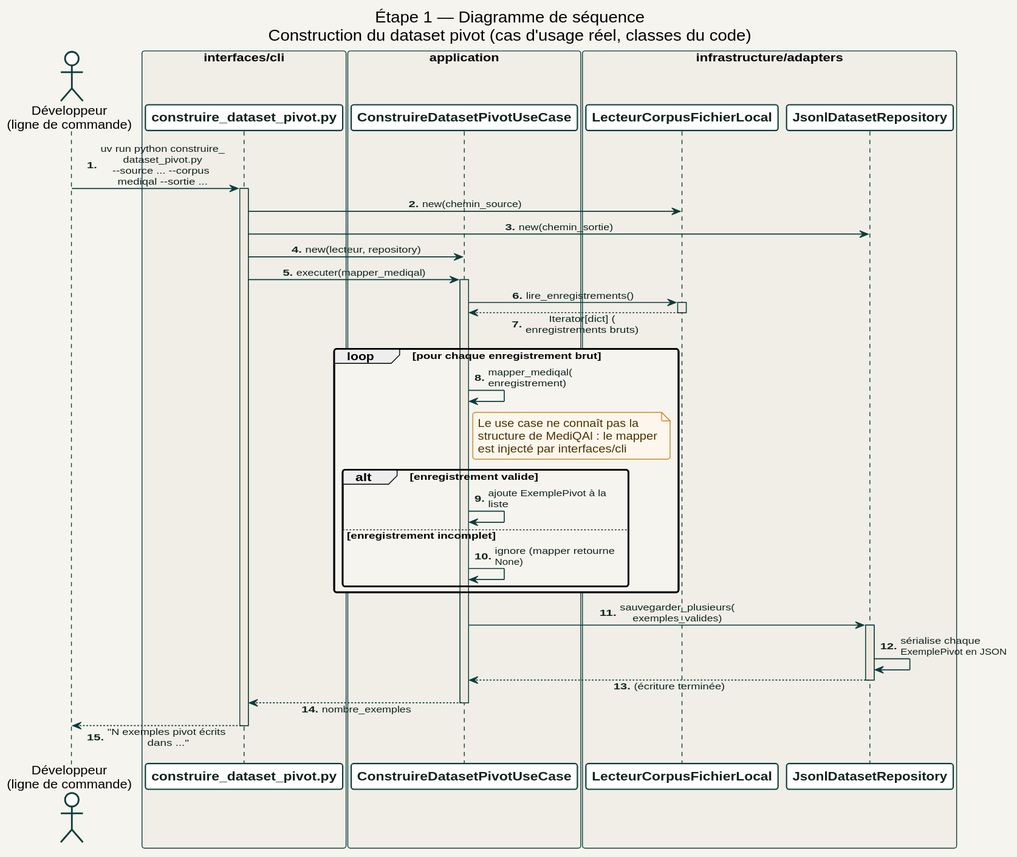
This is docs/diagrams/02_etape1_donnees/sequence/construction_dataset_pivot.svg from racemartin/m14_ocr, a PlantUML export, as it was before one commit.
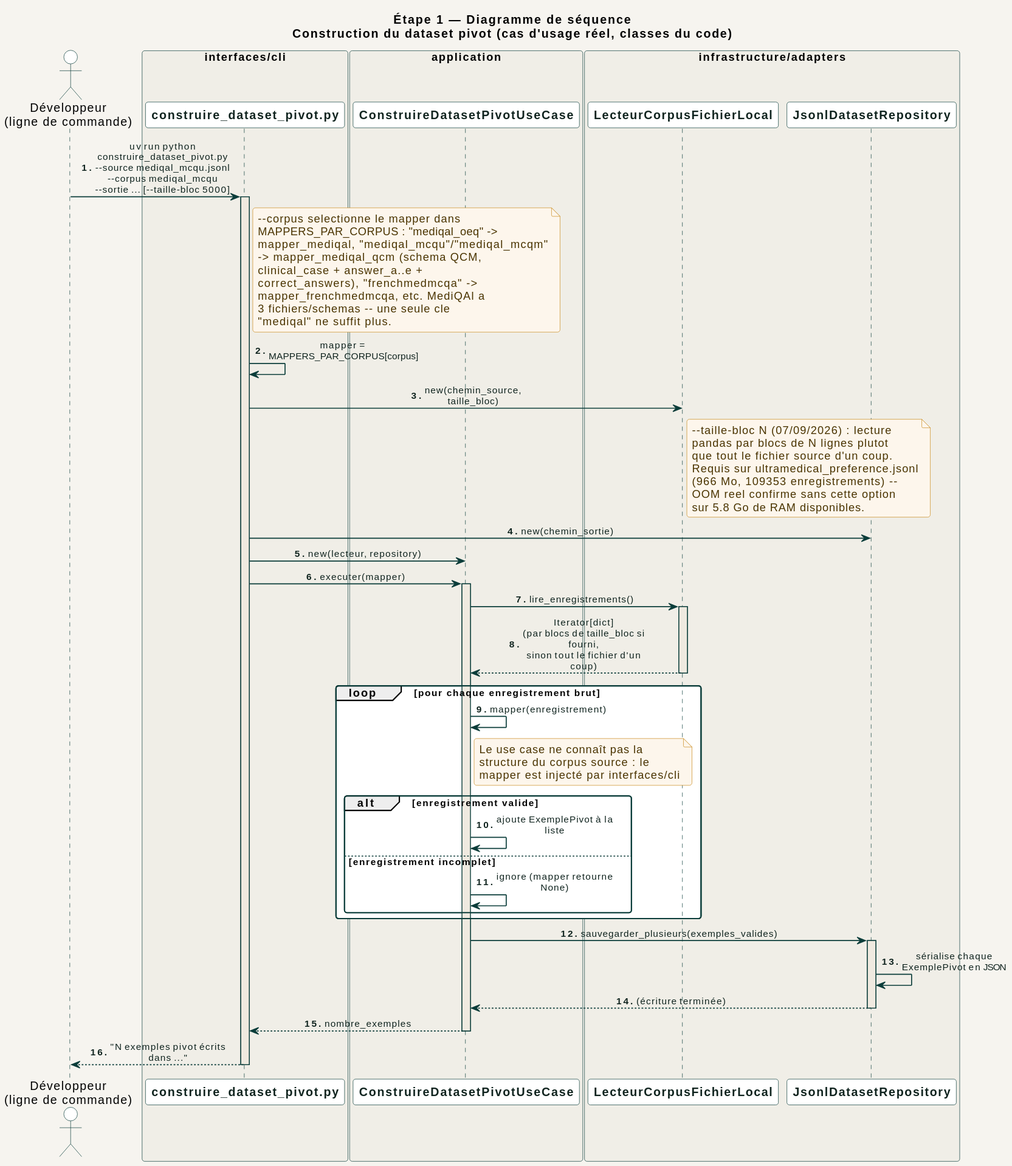
The same file after the commit.

The edit, as a diff of the source:
```diff
@@ -1,115 +1,5 @@
-@startuml construction_dataset_pivot
-
-skinparam backgroundColor #F6F4EF
-skinparam defaultFontName Helvetica
-skinparam roundcorner 6
-skinparam shadowing false
-skinparam ArrowThickness 1.2
-
-skinparam arrow {
-  Color #0B3D3A
-  FontColor #10241F
-  FontSize 11
-}
-
-skinparam package {
-  BackgroundColor #FFFFFF
-  BorderColor #0B3D3A
-  FontColor #0B3D3A
-  FontStyle bold
-  FontSize 14
-}
-
-skinparam node {
-  BackgroundColor #EFEAE0
-  BorderColor #0B3D3A
-  FontColor #10241F
-  FontSize 12
-}
-
-skinparam database {
-  BackgroundColor #FDF6EC
-  BorderColor #C98A1E
-  FontColor #4A3400
-  FontSize 11
-}
-
-skinparam cloud {
-  BackgroundColor #E7EFEC
-  BorderColor #2F7A4F
-  FontColor #123C3A
-  FontSize 12
-}
-
-skinparam artifact {
-  BackgroundColor #FCEBE6
-  BorderColor #C4432B
-  FontColor #7A2A17
-}
-
-skinparam component {
-  BackgroundColor #FFFFFF
-  BorderColor #0B3D3A
-  FontColor #10241F
-  FontSize 12
-}
-
-skinparam class {
-  BackgroundColor #FFFFFF
-  BorderColor #0B3D3A
-  FontColor #10241F
-  HeaderBackgroundColor #EFEAE0
-  FontSize 11
-  AttributeFontSize 10
-}
-
-skinparam interface {
-  BackgroundColor #E7EFEC
-  BorderColor #2F7A4F
-  FontColor #123C3A
-}
-
-skinparam activity {
-  BackgroundColor #FFFFFF
-  BorderColor #0B3D3A
-  FontColor #10241F
-  DiamondBackgroundColor #FDF6EC
-  DiamondBorderColor #C98A1E
-  StartColor #0B3D3A
-  EndColor #C4432B
-  BarColor #0B3D3A
-}
-
-skinparam partition {
-  BackgroundColor #F0EEE7
-  BorderColor #0B3D3A
-  FontColor #0B3D3A
-  FontStyle bold
-}
-
-skinparam sequence {
-  ArrowColor #0B3D3A
-  ActorBorderColor #0B3D3A
-  LifeLineBorderColor #0B3D3A
-  LifeLineBackgroundColor #EFEAE0
-  ParticipantBorderColor #0B3D3A
-  ParticipantBackgroundColor #FFFFFF
-  ParticipantFontColor #10241F
-  ParticipantFontStyle bold
-  ActorBackgroundColor #FFFFFF
-  BoxBackgroundColor #F0EEE7
-  BoxBorderColor #0B3D3A
-}
-
-skinparam note {
-  BackgroundColor #FDF6EC
-  BorderColor #C98A1E
-  FontColor #4A3400
-}
-
-skinparam sequenceMessageAlign center
-skinparam maxMessageSize 160
-skinparam responseMessageBelowArrow true
+@startuml
+!include ../../_common/estilo.iuml
 
 title Étape 1 — Diagramme de séquence\nConstruction du dataset pivot (cas d'usage réel, classes du code)
 
@@ -130,27 +20,49 @@
 
 autonumber "<b>0."
 
-Dev -> CLI : uv run python construire_dataset_pivot.py\n~-~-source ... ~-~-corpus mediqal ~-~-sortie ...
+Dev -> CLI : uv run python construire_dataset_pivot.py\n~-~-source mediqal_mcqu.jsonl ~-~-corpus mediqal_mcqu\n~-~-sortie ... [~-~-taille-bloc 5000]
 activate CLI
 
-CLI -> Lecteur : new(chemin_source)
+note right of CLI
+  ~-~-corpus selectionne le mapper dans
+  MAPPERS_PAR_CORPUS : "mediqal_oeq" ->
+  mapper_mediqal, "mediqal_mcqu"/"mediqal_mcqm"
+  -> mapper_mediqal_qcm (schema QCM,
+  clinical_case + answer_a..e +
+  correct_answers), "frenchmedmcqa" ->
+  mapper_frenchmedmcqa, etc. MediQAl a
+  3 fichiers/schemas -- une seule cle
+  "mediqal" ne suffit plus.
+end note
+CLI -> CLI : mapper = MAPPERS_PAR_CORPUS[corpus]
+
+CLI -> Lecteur : new(chemin_source, taille_bloc)
+note right of Lecteur
+  ~-~-taille-bloc N (07/09/2026) : lecture
+  pandas par blocs de N lignes plutot
+  que tout le fichier source d'un coup.
+  Requis sur ultramedical_preference.jsonl
+  (966 Mo, 109353 enregistrements) --
+  OOM reel confirme sans cette option
+  sur 5.8 Go de RAM disponibles.
+end note
 CLI -> Repo : new(chemin_sortie)
 CLI -> UC : new(lecteur, repository)
 
-CLI -> UC : executer(mapper_mediqal)
+CLI -> UC : executer(mapper)
 activate UC
 
 UC -> Lecteur : lire_enregistrements()
 activate Lecteur
-Lecteur --> UC : Iterator[dict] (enregistrements bruts)
+Lecteur --> UC : Iterator[dict]\n(par blocs de taille_bloc si fourni,\nsinon tout le fichier d'un coup)
 deactivate Lecteur
 
 loop pour chaque enregistrement brut
-  UC -> UC : mapper_mediqal(enregistrement)
+  UC -> UC : mapper(enregistrement)
   note right of UC
     Le use case ne connaît pas la
-    structure de MediQAl : le mapper
-    est injecté par interfaces/cli
+    structure du corpus source : le
+    mapper est injecté par interfaces/cli
   end note
 
   alt enregistrement valide
@@ -171,5 +83,4 @@
 
 CLI --> Dev : "N exemples pivot écrits dans ..."
 deactivate CLI
-
 @enduml
```
